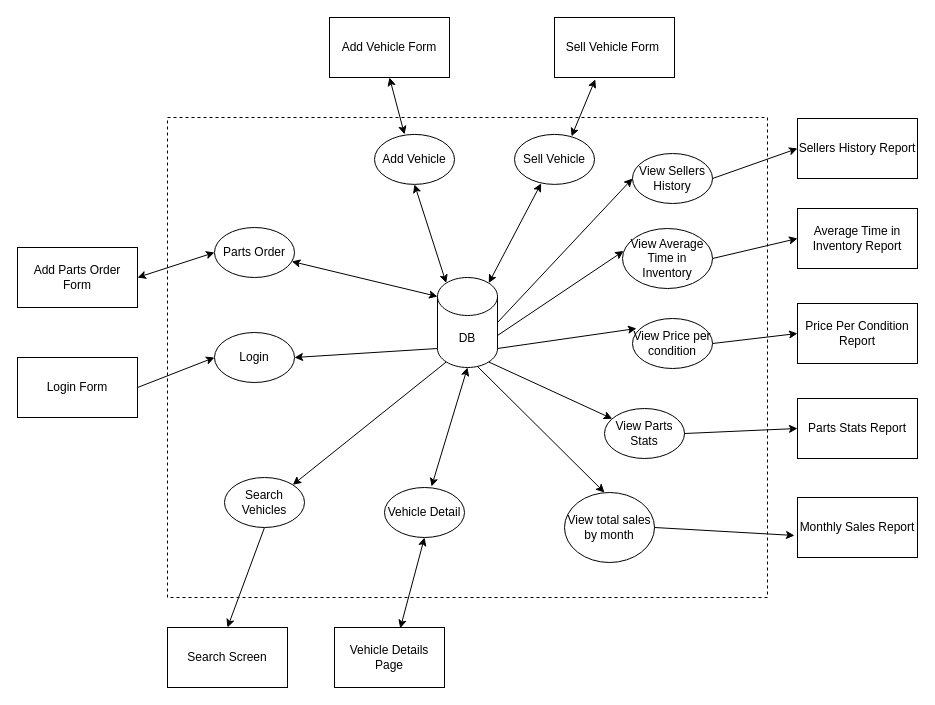
Earlier version of the draw.io diagram Phase_1/team006_p1_ifd.drawio (rkang427/autodb). Source tidied: cells renumbered, new cells numbered last; positions are measured from the earlier drawing's top-left corner, leaving out a move shared by most shapes. Both pictures are drawn from the tidied source at 100%, with x=0, y=0 at pixel (17, 17).
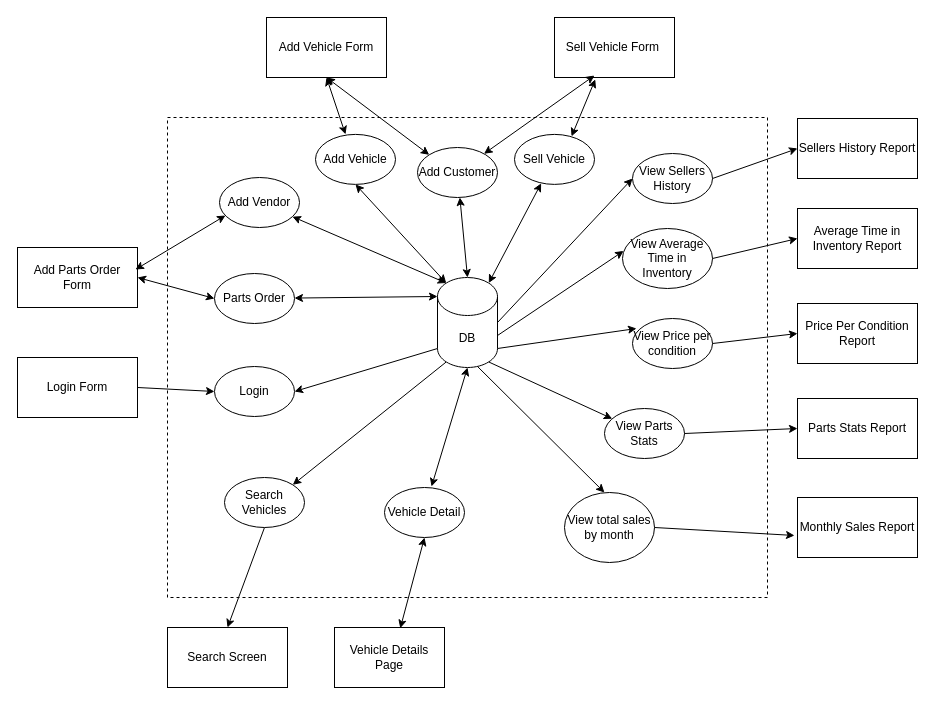
After the change.

Commit message (it also covers changes not shown here):
add tasks for add customer and add vendor

Unchanged cells that the change refers to:
```xml
<mxCell id="3" value="DB" style="shape=cylinder3;whiteSpace=wrap;html=1;boundedLbl=1;backgroundOutline=1;size=19;" parent="1" vertex="1">
  <mxGeometry x="420" y="260" width="60" height="90" as="geometry" />
</mxCell>
<mxCell id="11" value="Add Parts Order Form" style="rounded=0;whiteSpace=wrap;html=1;" parent="1" vertex="1">
  <mxGeometry y="230" width="120" height="60" as="geometry" />
</mxCell>
<mxCell id="18" value="Sell Vehicle Form&amp;nbsp;" style="rounded=0;whiteSpace=wrap;html=1;" parent="1" vertex="1">
  <mxGeometry x="537" width="120" height="60" as="geometry" />
</mxCell>
```

What changed in the source:
```diff
@@
     <mxCell id="8" value="Login" style="ellipse;whiteSpace=wrap;html=1;" parent="1" vertex="1">
-      <mxGeometry x="197" y="315" width="80" height="50" as="geometry" />
+      <mxGeometry x="197" y="349" width="80" height="50" as="geometry" />
     </mxCell>
@@
     <mxCell id="12" value="Parts Order" style="ellipse;whiteSpace=wrap;html=1;" parent="1" vertex="1">
-      <mxGeometry x="197" y="210" width="80" height="50" as="geometry" />
+      <mxGeometry x="197" y="256" width="80" height="50" as="geometry" />
     </mxCell>
@@
     <mxCell id="14" value="Add Vehicle Form" style="rounded=0;whiteSpace=wrap;html=1;" parent="1" vertex="1">
-      <mxGeometry x="312" width="120" height="60" as="geometry" />
+      <mxGeometry x="249" width="120" height="60" as="geometry" />
     </mxCell>
     <mxCell id="15" value="Add Vehicle" style="ellipse;whiteSpace=wrap;html=1;" parent="1" vertex="1">
-      <mxGeometry x="357" y="116.9" width="80" height="50" as="geometry" />
+      <mxGeometry x="298" y="116.9" width="80" height="50" as="geometry" />
     </mxCell>
@@
+    <mxCell id="48" value="Add Customer" style="ellipse;whiteSpace=wrap;html=1;" parent="1" vertex="1">
+      <mxGeometry x="400" y="130" width="80" height="50" as="geometry" />
+    </mxCell>
+    <mxCell id="49" style="endArrow=classic;html=1;rounded=0;startArrow=classic;startFill=1;entryX=0.333;entryY=0.967;entryDx=0;entryDy=0;entryPerimeter=0;" parent="1" edge="1" source="48" target="18">
+      <mxGeometry relative="1" as="geometry" />
+    </mxCell>
+    <mxCell id="50" style="endArrow=classic;html=1;rounded=0;startArrow=classic;startFill=1;entryX=0.5;entryY=0;entryDx=0;entryDy=0;entryPerimeter=0;" parent="1" edge="1" source="48" target="3">
+      <mxGeometry relative="1" as="geometry" />
+    </mxCell>
+    <mxCell id="51" style="endArrow=classic;html=1;rounded=0;exitX=0.5;exitY=1;exitDx=0;exitDy=0;startArrow=classic;startFill=1;entryX=0;entryY=0;entryDx=0;entryDy=0;" parent="1" edge="1" source="14" target="48">
+      <mxGeometry relative="1" as="geometry" />
+    </mxCell>
+    <mxCell id="52" value="Add Vendor" style="ellipse;whiteSpace=wrap;html=1;" parent="1" vertex="1">
+      <mxGeometry x="202" y="160" width="80" height="50" as="geometry" />
+    </mxCell>
+    <mxCell id="53" style="endArrow=classic;html=1;rounded=0;startArrow=classic;startFill=1;entryX=0.145;entryY=0;entryDx=0;entryDy=5.51;entryPerimeter=0;" parent="1" edge="1" source="52" target="3">
+      <mxGeometry relative="1" as="geometry" />
+    </mxCell>
+    <mxCell id="54" style="endArrow=classic;html=1;rounded=0;exitX=0.983;exitY=0.367;exitDx=0;exitDy=0;startArrow=classic;startFill=1;entryX=0.075;entryY=0.76;entryDx=0;entryDy=0;exitPerimeter=0;entryPerimeter=0;" parent="1" edge="1" source="11" target="52">
+      <mxGeometry relative="1" as="geometry" />
+    </mxCell>
```
